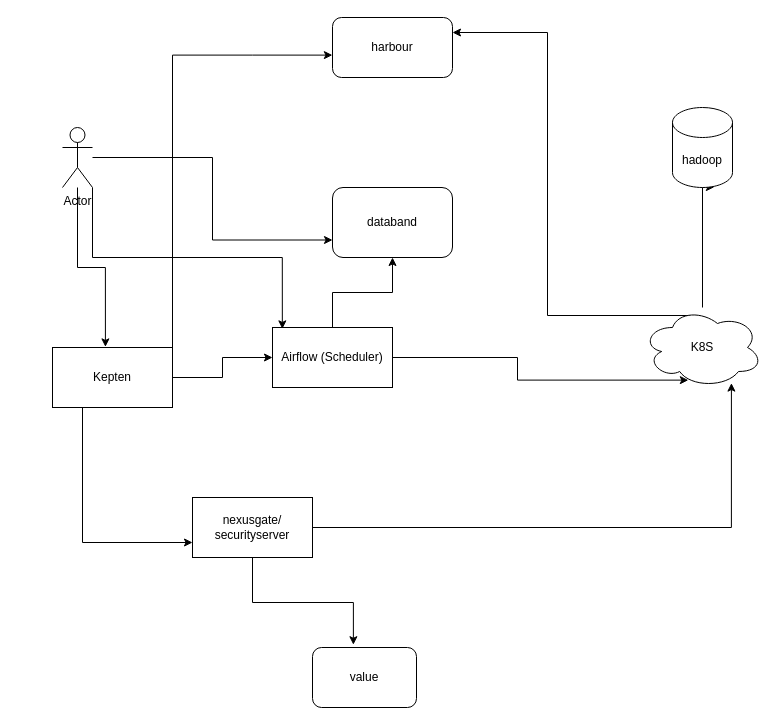
Before: Kepten.drawio in code-with-rj1399/system_design-diagrams, a draw.io diagram. Source tidied: cells renumbered, new cells numbered last; positions are measured from the earlier drawing's top-left corner, leaving out a move shared by most shapes. Both pictures are drawn from the tidied source at 100%, with x=0, y=0 at pixel (52, 17).
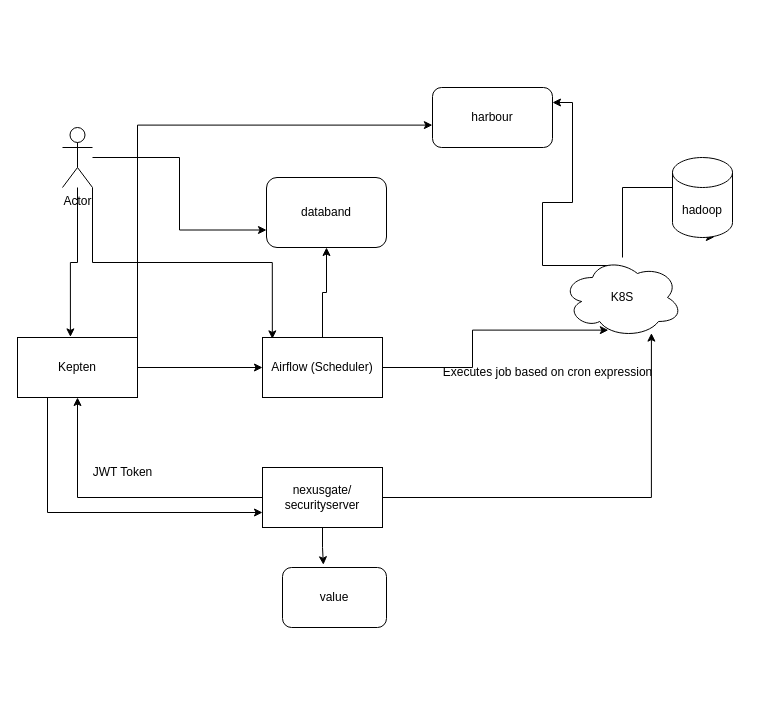
Above is the later version.

The edit, as a diff of the source:
```diff
@@
     <mxCell id="5" value="Kepten" style="rounded=0;whiteSpace=wrap;html=1;" parent="1" vertex="1">
-      <mxGeometry y="330" width="120" height="60" as="geometry" />
+      <mxGeometry x="-35" y="320" width="120" height="60" as="geometry" />
     </mxCell>
@@
+    <mxCell id="23" style="edgeStyle=orthogonalEdgeStyle;rounded=0;jettySize=auto;html=1;entryX=0.5;entryY=1;entryDx=0;entryDy=0;" parent="1" edge="1" source="8" target="5">
+      <mxGeometry relative="1" as="geometry" />
+    </mxCell>
     <mxCell id="8" value="nexusgate/&lt;br&gt;securityserver" style="rounded=0;whiteSpace=wrap;html=1;" parent="1" vertex="1">
-      <mxGeometry x="140" y="480" width="120" height="60" as="geometry" />
+      <mxGeometry x="210" y="450" width="120" height="60" as="geometry" />
     </mxCell>
@@
     <mxCell id="11" value="Airflow (Scheduler)" style="rounded=0;whiteSpace=wrap;html=1;" parent="1" vertex="1">
-      <mxGeometry x="220" y="310" width="120" height="60" as="geometry" />
+      <mxGeometry x="210" y="320" width="120" height="60" as="geometry" />
     </mxCell>
     <mxCell id="12" value="databand" style="rounded=1;whiteSpace=wrap;html=1;" parent="1" vertex="1">
-      <mxGeometry x="280" y="170" width="120" height="70" as="geometry" />
+      <mxGeometry x="214" y="160" width="120" height="70" as="geometry" />
     </mxCell>
@@
     <mxCell id="15" value="K8S" style="ellipse;shape=cloud;whiteSpace=wrap;html=1;" parent="1" vertex="1">
-      <mxGeometry x="590" y="290" width="120" height="80" as="geometry" />
+      <mxGeometry x="510" y="240" width="120" height="80" as="geometry" />
     </mxCell>
@@
     <mxCell id="20" value="hadoop" style="shape=cylinder3;whiteSpace=wrap;html=1;boundedLbl=1;backgroundOutline=1;size=15;" parent="1" vertex="1">
-      <mxGeometry x="620" y="90" width="60" height="80" as="geometry" />
+      <mxGeometry x="620" y="140" width="60" height="80" as="geometry" />
     </mxCell>
     <mxCell id="21" value="harbour" style="rounded=1;whiteSpace=wrap;html=1;" parent="1" vertex="1">
-      <mxGeometry x="280" width="120" height="60" as="geometry" />
+      <mxGeometry x="380" y="70" width="120" height="60" as="geometry" />
     </mxCell>
     <mxCell id="22" value="value" style="rounded=1;whiteSpace=wrap;html=1;" parent="1" vertex="1">
-      <mxGeometry x="260" y="630" width="104" height="60" as="geometry" />
+      <mxGeometry x="230" y="550" width="104" height="60" as="geometry" />
     </mxCell>
+    <mxCell id="24" value="JWT Token" style="text;html=1;align=center;verticalAlign=middle;strokeColor=none;fillColor=none;" parent="1" vertex="1">
+      <mxGeometry x="30" y="440" width="80" height="30" as="geometry" />
+    </mxCell>
+    <mxCell id="25" value="Executes job based on cron expression" style="text;html=1;align=center;verticalAlign=middle;strokeColor=none;fillColor=none;" parent="1" vertex="1">
+      <mxGeometry x="380" y="340" width="230" height="30" as="geometry" />
+    </mxCell>
```
